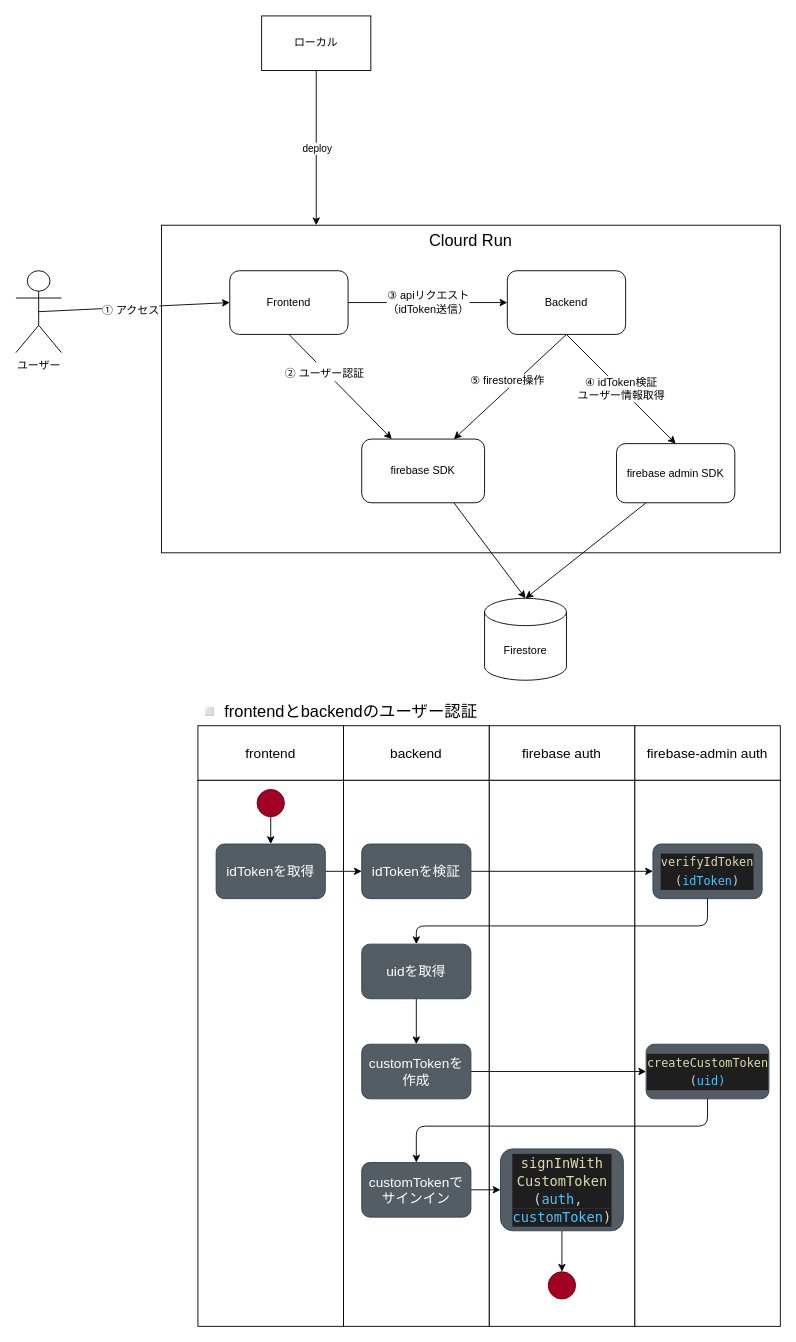
Earlier version of the draw.io diagram docs/authentication-activity-diagram.drawio (bamboo-house/BambooGPT). Source tidied: cells renumbered, new cells numbered last; positions are measured from the earlier drawing's top-left corner, leaving out a move shared by most shapes. Both pictures are drawn from the tidied source at 91%, with x=0, y=0 at pixel (15, 15).
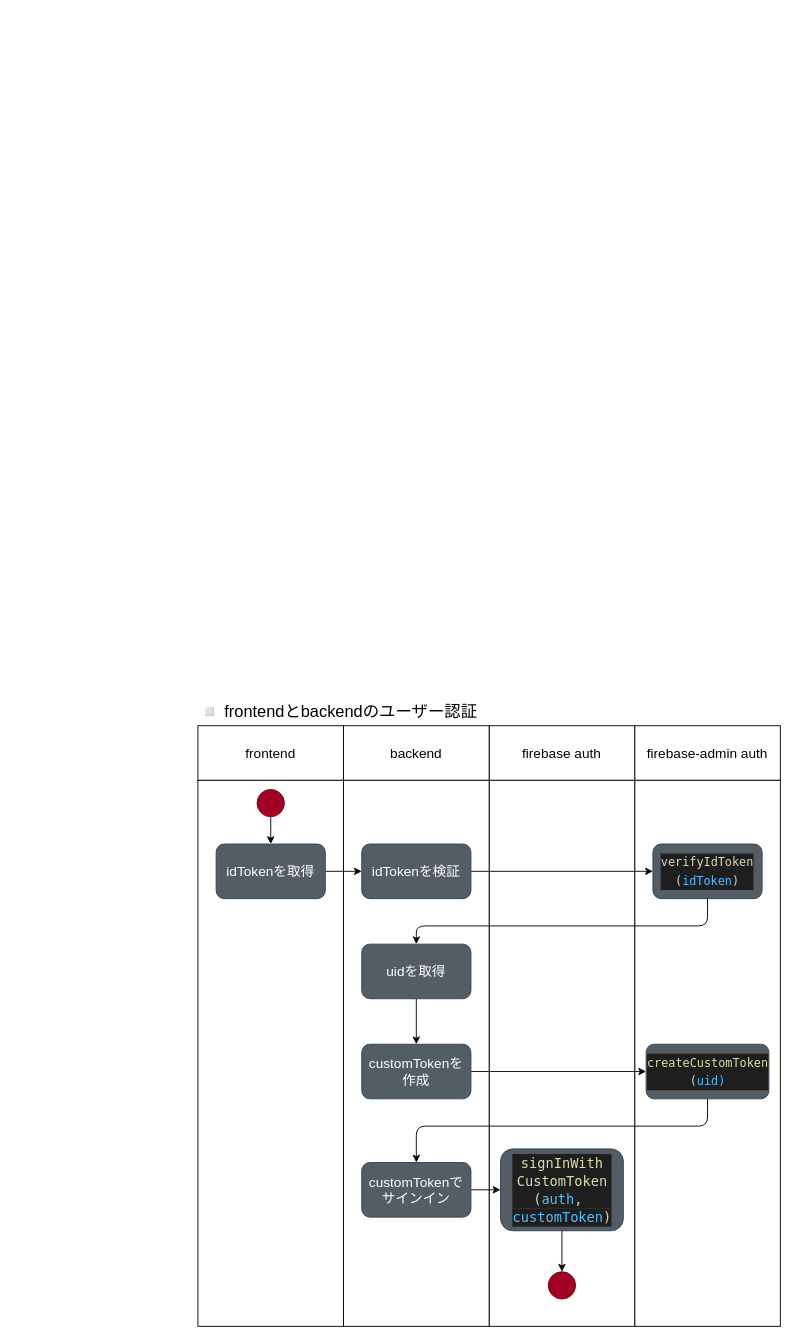
The same page after the edit.

Diff of the diagram source:
```diff
@@
-    <mxCell id="2" value="&lt;font style=&quot;font-size: 18px;&quot;&gt;Clourd Run&lt;/font&gt;" style="rounded=0;whiteSpace=wrap;html=1;horizontal=1;verticalAlign=top;" parent="1" vertex="1">
-      <mxGeometry x="160" y="230" width="680" height="360" as="geometry" />
-    </mxCell>
-    <mxCell id="3" value="ローカル" style="rounded=0;whiteSpace=wrap;html=1;" parent="1" vertex="1">
-      <mxGeometry x="270" width="120" height="60" as="geometry" />
-    </mxCell>
-    <mxCell id="4" style="endArrow=classic;html=1;exitX=0.5;exitY=1;exitDx=0;exitDy=0;entryX=0.25;entryY=0;entryDx=0;entryDy=0;" parent="1" edge="1" source="3" target="2">
-      <mxGeometry relative="1" as="geometry" />
-    </mxCell>
-    <mxCell id="5" value="deploy" style="edgeLabel;html=1;align=center;verticalAlign=middle;" parent="4" vertex="1">
-      <mxGeometry relative="1" as="geometry" />
-    </mxCell>
-    <mxCell id="6" style="edgeStyle=none;html=1;exitX=0.5;exitY=0.5;exitDx=0;exitDy=0;exitPerimeter=0;entryX=0;entryY=0.5;entryDx=0;entryDy=0;" parent="1" edge="1" source="8" target="18">
-      <mxGeometry relative="1" as="geometry" />
-    </mxCell>
-    <mxCell id="7" value="① アクセス" style="edgeLabel;html=1;align=center;verticalAlign=middle;fontSize=12;" parent="6" vertex="1">
-      <mxGeometry x="-0.05" y="-3" relative="1" as="geometry" />
-    </mxCell>
-    <mxCell id="8" value="ユーザー" style="shape=umlActor;verticalLabelPosition=bottom;verticalAlign=top;html=1;" parent="1" vertex="1">
-      <mxGeometry y="280" width="50" height="90" as="geometry" />
-    </mxCell>
-    <mxCell id="9" value="④ idToken検証&lt;br&gt;ユーザー情報取得" style="edgeStyle=none;html=1;exitX=0.5;exitY=1;exitDx=0;exitDy=0;entryX=0.5;entryY=0;entryDx=0;entryDy=0;fontSize=12;" parent="1" edge="1" source="12" target="20">
-      <mxGeometry relative="1" as="geometry" />
-    </mxCell>
-    <mxCell id="10" style="edgeStyle=none;html=1;exitX=0.5;exitY=1;exitDx=0;exitDy=0;entryX=0.75;entryY=0;entryDx=0;entryDy=0;fontSize=12;" parent="1" edge="1" source="12" target="21">
-      <mxGeometry relative="1" as="geometry" />
-    </mxCell>
-    <mxCell id="11" value="⑤ firestore操作" style="edgeLabel;html=1;align=center;verticalAlign=middle;fontSize=12;" parent="10" vertex="1">
-      <mxGeometry x="-0.27" y="2" relative="1" as="geometry">
-        <mxPoint x="-21" y="7" as="offset" />
-      </mxGeometry>
-    </mxCell>
-    <mxCell id="12" value="Backend" style="rounded=1;whiteSpace=wrap;html=1;" parent="1" vertex="1">
-      <mxGeometry x="540" y="280" width="130" height="70" as="geometry" />
-    </mxCell>
-    <mxCell id="13" style="endArrow=classic;html=1;entryX=0.5;entryY=0;entryDx=0;entryDy=0;entryPerimeter=0;exitX=0.75;exitY=1;exitDx=0;exitDy=0;" parent="1" edge="1" source="21" target="14">
-      <mxGeometry relative="1" as="geometry" />
-    </mxCell>
-    <mxCell id="14" value="Firestore" style="shape=cylinder3;whiteSpace=wrap;html=1;boundedLbl=1;backgroundOutline=1;size=15;" parent="1" vertex="1">
-      <mxGeometry x="515" y="640" width="90" height="90" as="geometry" />
-    </mxCell>
-    <mxCell id="15" style="edgeStyle=none;html=1;exitX=0.5;exitY=1;exitDx=0;exitDy=0;fontSize=18;" parent="1" edge="1" source="18" target="21">
-      <mxGeometry relative="1" as="geometry" />
-    </mxCell>
-    <mxCell id="16" value="&lt;font style=&quot;font-size: 12px;&quot;&gt;② ユーザー認証&lt;/font&gt;" style="edgeLabel;html=1;align=center;verticalAlign=middle;fontSize=18;" parent="15" vertex="1">
-      <mxGeometry x="-0.31" y="-1" relative="1" as="geometry" />
-    </mxCell>
-    <mxCell id="17" value="③ apiリクエスト&lt;br&gt;（idToken送信）" style="edgeStyle=none;html=1;exitX=1;exitY=0.5;exitDx=0;exitDy=0;fontSize=12;" parent="1" edge="1" source="18" target="12">
-      <mxGeometry relative="1" as="geometry" />
-    </mxCell>
-    <mxCell id="18" value="Frontend" style="rounded=1;whiteSpace=wrap;html=1;" parent="1" vertex="1">
-      <mxGeometry x="235" y="280" width="130" height="70" as="geometry" />
-    </mxCell>
-    <mxCell id="19" style="edgeStyle=none;html=1;exitX=0.25;exitY=1;exitDx=0;exitDy=0;entryX=0.5;entryY=0;entryDx=0;entryDy=0;entryPerimeter=0;fontSize=12;" parent="1" edge="1" source="20" target="14">
-      <mxGeometry relative="1" as="geometry" />
-    </mxCell>
-    <mxCell id="20" value="firebase admin SDK" style="rounded=1;whiteSpace=wrap;html=1;" parent="1" vertex="1">
-      <mxGeometry x="660" y="470" width="130" height="65" as="geometry" />
-    </mxCell>
-    <mxCell id="21" value="firebase SDK" style="rounded=1;whiteSpace=wrap;html=1;" parent="1" vertex="1">
-      <mxGeometry x="380" y="465" width="135" height="70" as="geometry" />
-    </mxCell>
```
